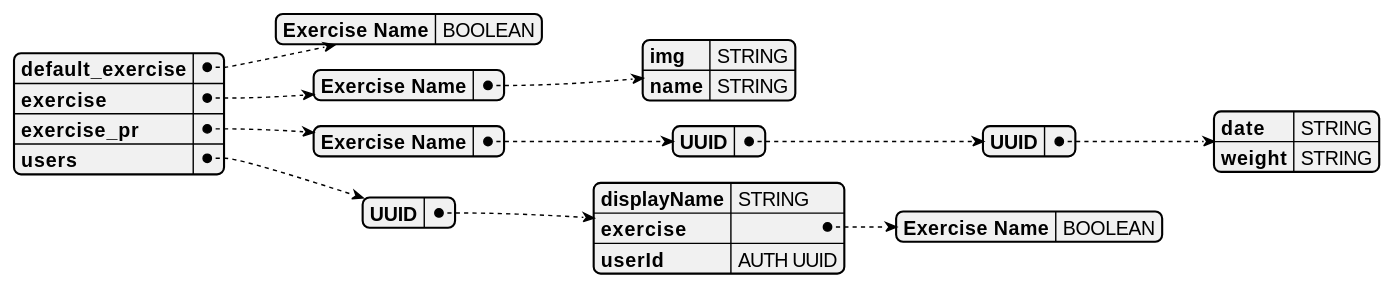
Before: images/DBmodel.svg, a diagram exported from PlantUML (Kempie1/SE_21-Mobile-Development).
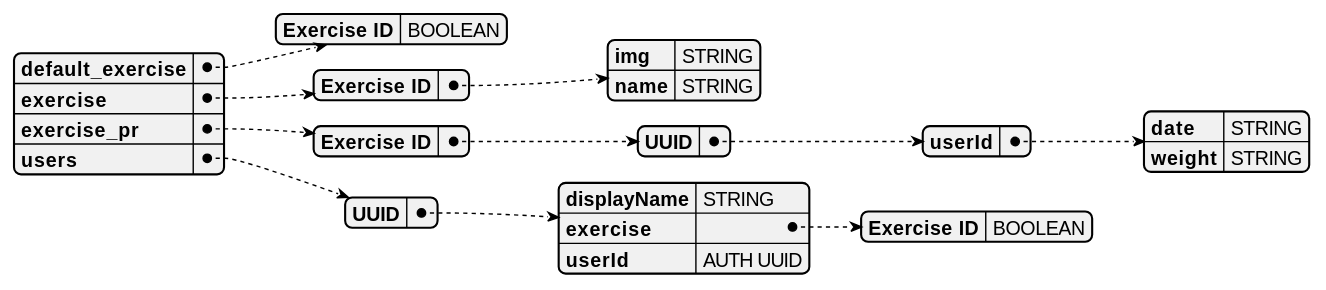
Later version of the same file.

What changed in the source:
```diff
@@ -1,18 +1,18 @@
 @startjson
 {
   "default_exercise": {
-    "Exercise Name": "BOOLEAN"
+    "Exercise ID": "BOOLEAN"
   },
   "exercise": {
-    "Exercise Name": {
+    "Exercise ID": {
       "img": "STRING",
       "name": "STRING"
     }
   },
   "exercise_pr": {
-    "Exercise Name": {
+    "Exercise ID": {
       "UUID": {
-        "UUID": {
+        "userId": {
           "date": "STRING",
           "weight": "STRING"
         }
@@ -23,7 +23,7 @@
     "UUID": {
       "displayName": "STRING",
       "exercise": {
-        "Exercise Name": "BOOLEAN"
+        "Exercise ID": "BOOLEAN"
       },
       "userId": "AUTH UUID"
     }
```
